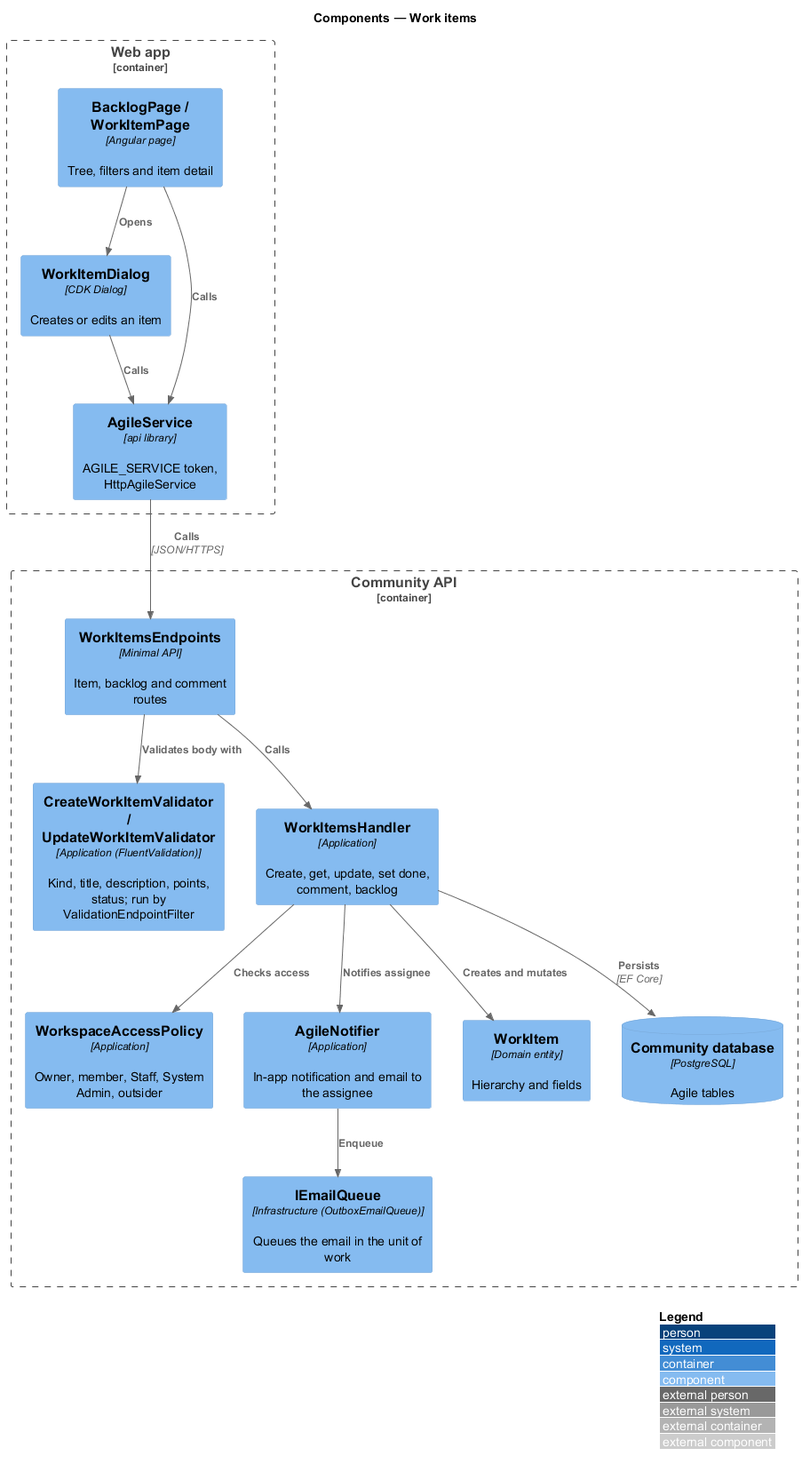
QuinntyneBrown/faithtech-community keeps this PlantUML diagram as docs/detailed-designs/agile/work-items/diagrams/c4-component.png. Above is the earlier version.
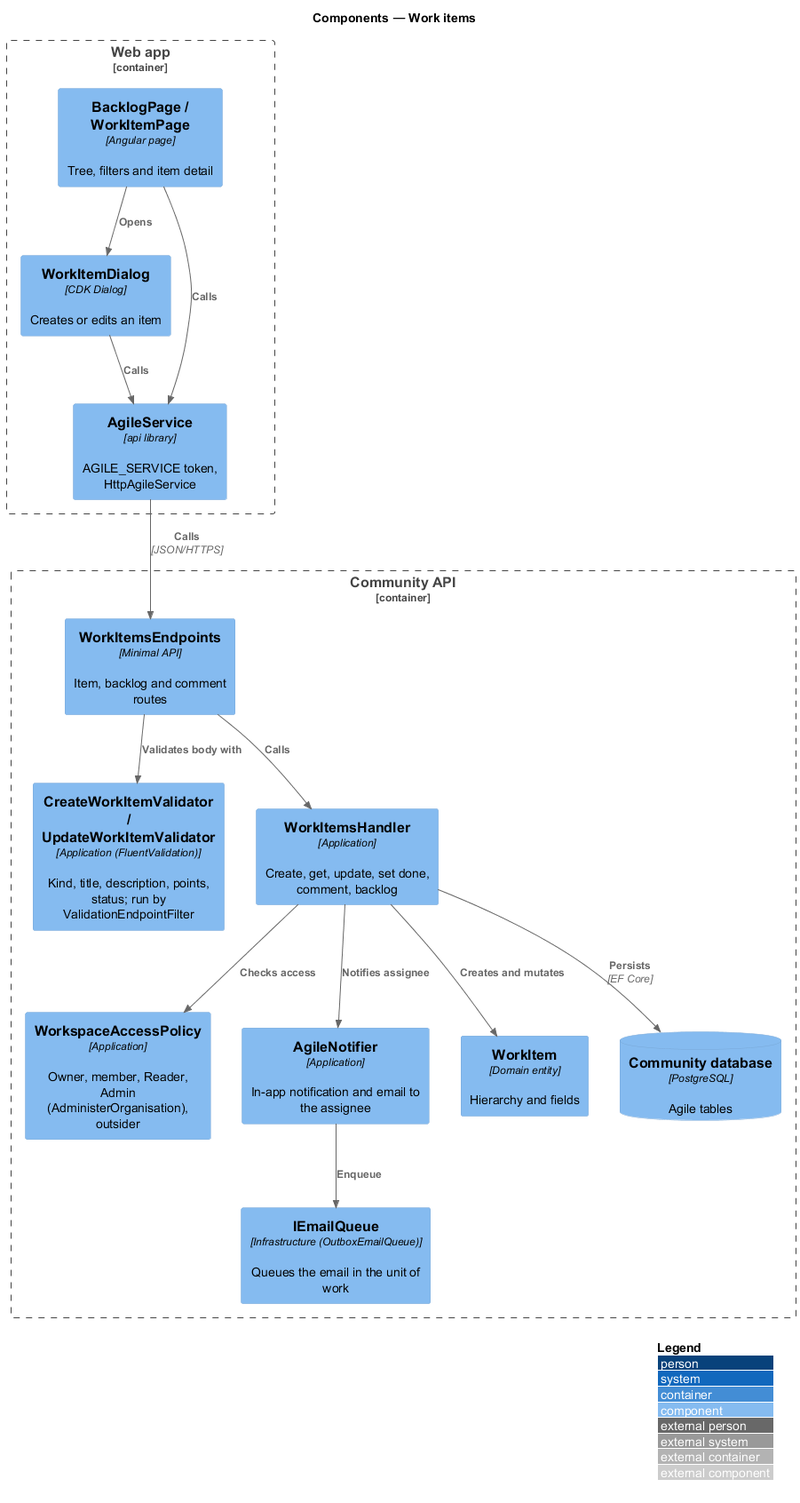
Above is the later version.

What changed in the source:
```diff
@@ -12,7 +12,7 @@
   Component(ep, "WorkItemsEndpoints", "Minimal API", "Item, backlog and comment routes")
   Component(val, "CreateWorkItemValidator / UpdateWorkItemValidator", "Application (FluentValidation)", "Kind, title, description, points, status; run by ValidationEndpointFilter")
   Component(h, "WorkItemsHandler", "Application", "Create, get, update, set done, comment, backlog")
-  Component(pol, "WorkspaceAccessPolicy", "Application", "Owner, member, Staff, System Admin, outsider")
+  Component(pol, "WorkspaceAccessPolicy", "Application", "Owner, member, Reader, Admin (AdministerOrganisation), outsider")
   Component(ntf, "AgileNotifier", "Application", "In-app notification and email to the assignee")
   Component(ent, "WorkItem", "Domain entity", "Hierarchy and fields")
   Component(mail, "IEmailQueue", "Infrastructure (OutboxEmailQueue)", "Queues the email in the unit of work")
```
